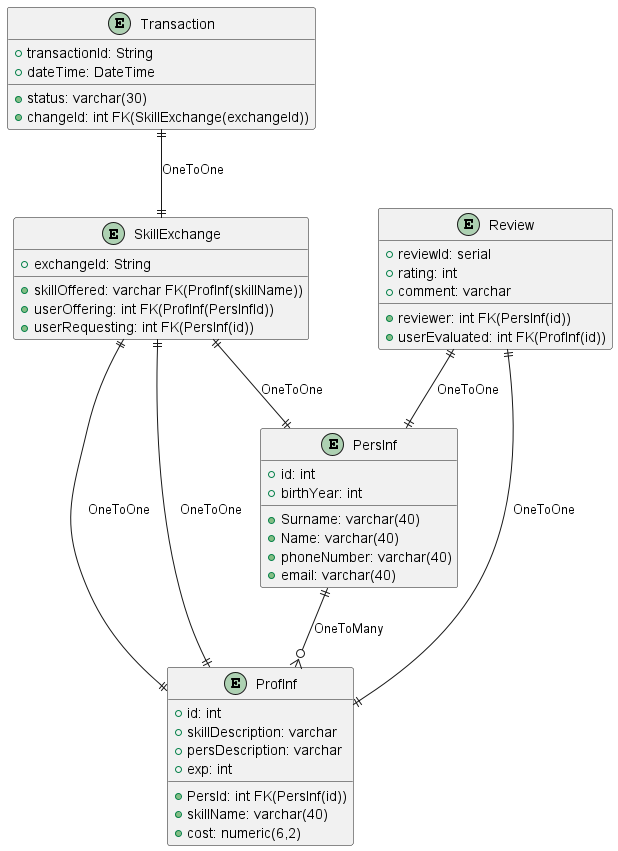
Earlier version of the PlantUML export SkillSwap/img/ERDDiagram.png (Xastt/SkillSwap).
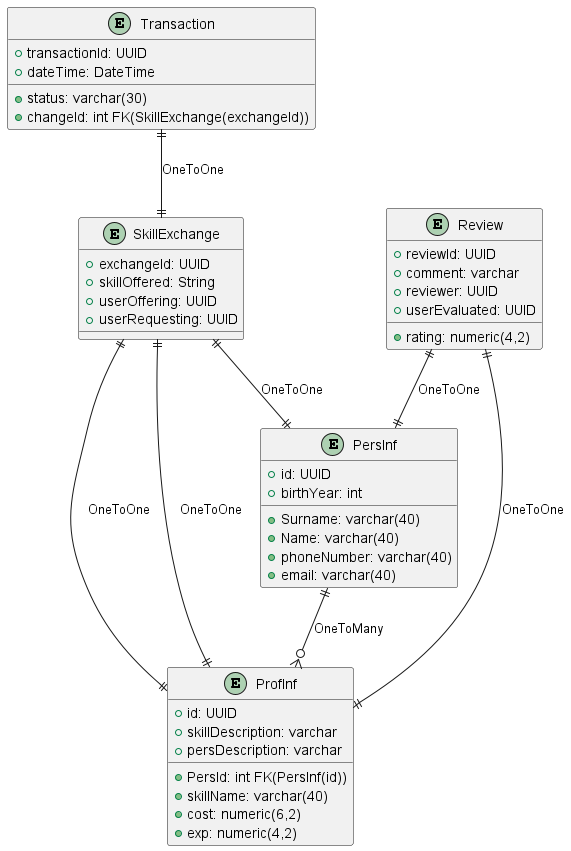
Above is the later version.

Diff of the diagram source:
```diff
@@ -1,7 +1,7 @@
 @startuml
 
 entity PersInf {
-    +id: int
+    +id: UUID
     +Surname: varchar(40)
     +Name: varchar(40)
     +birthYear: int
@@ -10,32 +10,32 @@
 }
 
 entity ProfInf {
-    +id: int
+    +id: UUID
     +PersId: int FK(PersInf(id))
     +skillName: varchar(40)
     +skillDescription: varchar
     +cost: numeric(6,2)
     +persDescription: varchar
-    +exp: int
+    +exp: numeric(4,2)
 }
 
 entity SkillExchange{
-    +exchangeId: String
-    +skillOffered: varchar FK(ProfInf(skillName))
-    +userOffering: int FK(ProfInf(PersInfId))
-    +userRequesting: int FK(PersInf(id))
+    +exchangeId: UUID
+    +skillOffered: String
+    +userOffering: UUID
+    +userRequesting: UUID
 }
 
 entity Review {
-    +reviewId: serial
-    +rating: int
+    +reviewId: UUID
+    +rating: numeric(4,2)
     +comment: varchar
-    +reviewer: int FK(PersInf(id))
-    +userEvaluated: int FK(ProfInf(id))
+    +reviewer: UUID
+    +userEvaluated: UUID
 }
 
 entity Transaction {
-    +transactionId: String
+    +transactionId: UUID
     +dateTime: DateTime
     +status: varchar(30)
     +changeId: int FK(SkillExchange(exchangeId))
```
